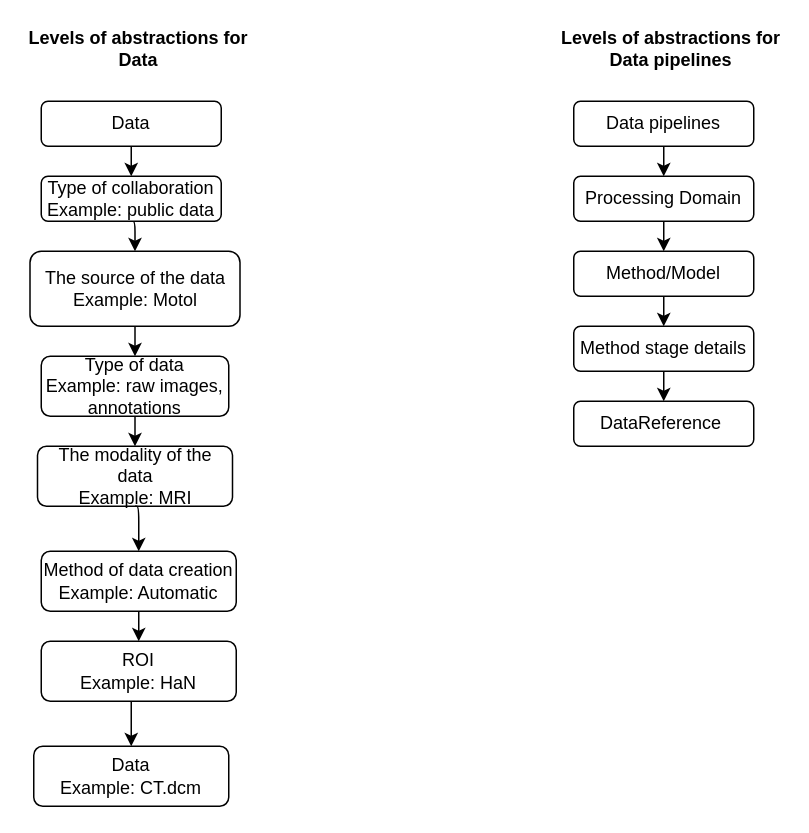
Earlier version of the draw.io diagram Structuring the data on disk a/Abstract levels definition.drawio (EvelinaAleksiutenko-ujp/eale-ujp-obsidian-docs). Source tidied: cells renumbered, new cells numbered last; positions are measured from the earlier drawing's top-left corner, leaving out a move shared by most shapes. Both pictures are drawn from the tidied source at 150%, with x=0, y=0 at pixel (26, 26).
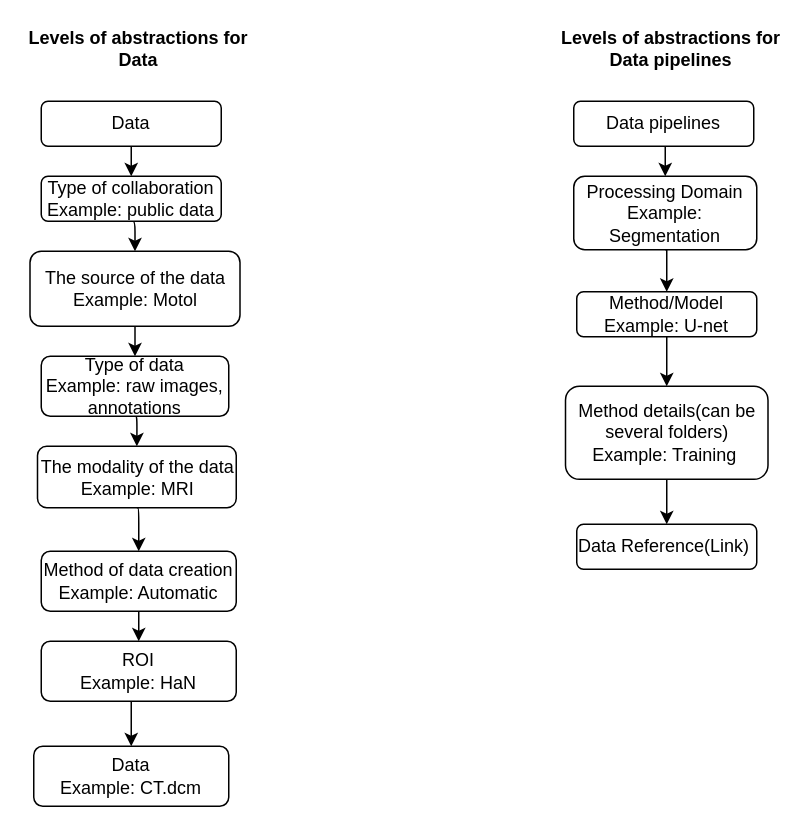
After the change.

Diff of the diagram source:
```diff
@@
     <mxCell id="8" value="The modality of the data&lt;br&gt;Example: MRI" style="rounded=1;whiteSpace=wrap;html=1;shadow=0;" parent="1" vertex="1">
-      <mxGeometry x="7.5" y="280" width="130" height="40" as="geometry" />
+      <mxGeometry x="7.5" y="280" width="132.5" height="41" as="geometry" />
     </mxCell>
@@
-    <mxCell id="16" style="edgeStyle=orthogonalEdgeStyle;rounded=0;jettySize=auto;html=1;exitX=0.5;exitY=1;exitDx=0;exitDy=0;entryX=0.5;entryY=0;entryDx=0;entryDy=0;" parent="1" edge="1" source="17" target="23">
+    <mxCell id="16" style="edgeStyle=orthogonalEdgeStyle;rounded=0;jettySize=auto;html=1;exitX=0.5;exitY=1;exitDx=0;exitDy=0;" parent="1" edge="1" source="17" target="23">
       <mxGeometry relative="1" as="geometry" />
     </mxCell>
-    <mxCell id="17" value="Method/Model" style="rounded=1;whiteSpace=wrap;html=1;shadow=0;" parent="1" vertex="1">
-      <mxGeometry x="365" y="150" width="120" height="30" as="geometry" />
+    <mxCell id="17" value="Method/Model&lt;br&gt;Example: U-net" style="rounded=1;whiteSpace=wrap;html=1;shadow=0;" parent="1" vertex="1">
+      <mxGeometry x="367" y="177" width="120" height="30" as="geometry" />
     </mxCell>
@@
-    <mxCell id="19" value="Processing Domain" style="rounded=1;whiteSpace=wrap;html=1;shadow=0;" parent="1" vertex="1">
-      <mxGeometry x="365" y="100" width="120" height="30" as="geometry" />
+    <mxCell id="19" value="Processing Domain&lt;br&gt;Example: Segmentation" style="rounded=1;whiteSpace=wrap;html=1;shadow=0;" parent="1" vertex="1">
+      <mxGeometry x="365" y="100" width="122" height="49" as="geometry" />
     </mxCell>
@@
-    <mxCell id="23" value="Method stage details" style="rounded=1;whiteSpace=wrap;html=1;shadow=0;" parent="1" vertex="1">
-      <mxGeometry x="365" y="200" width="120" height="30" as="geometry" />
+    <mxCell id="23" value="Method details(can be several folders)&lt;br&gt;Example: Training&amp;nbsp;" style="rounded=1;whiteSpace=wrap;html=1;shadow=0;" parent="1" vertex="1">
+      <mxGeometry x="359.5" y="240" width="135" height="62" as="geometry" />
     </mxCell>
-    <mxCell id="24" value="DataReference&amp;nbsp;" style="rounded=1;whiteSpace=wrap;html=1;shadow=0;" parent="1" vertex="1">
-      <mxGeometry x="365" y="250" width="120" height="30" as="geometry" />
+    <mxCell id="24" value="Data Reference(Link)&amp;nbsp;" style="rounded=1;whiteSpace=wrap;html=1;shadow=0;" parent="1" vertex="1">
+      <mxGeometry x="367" y="332" width="120" height="30" as="geometry" />
     </mxCell>
```
